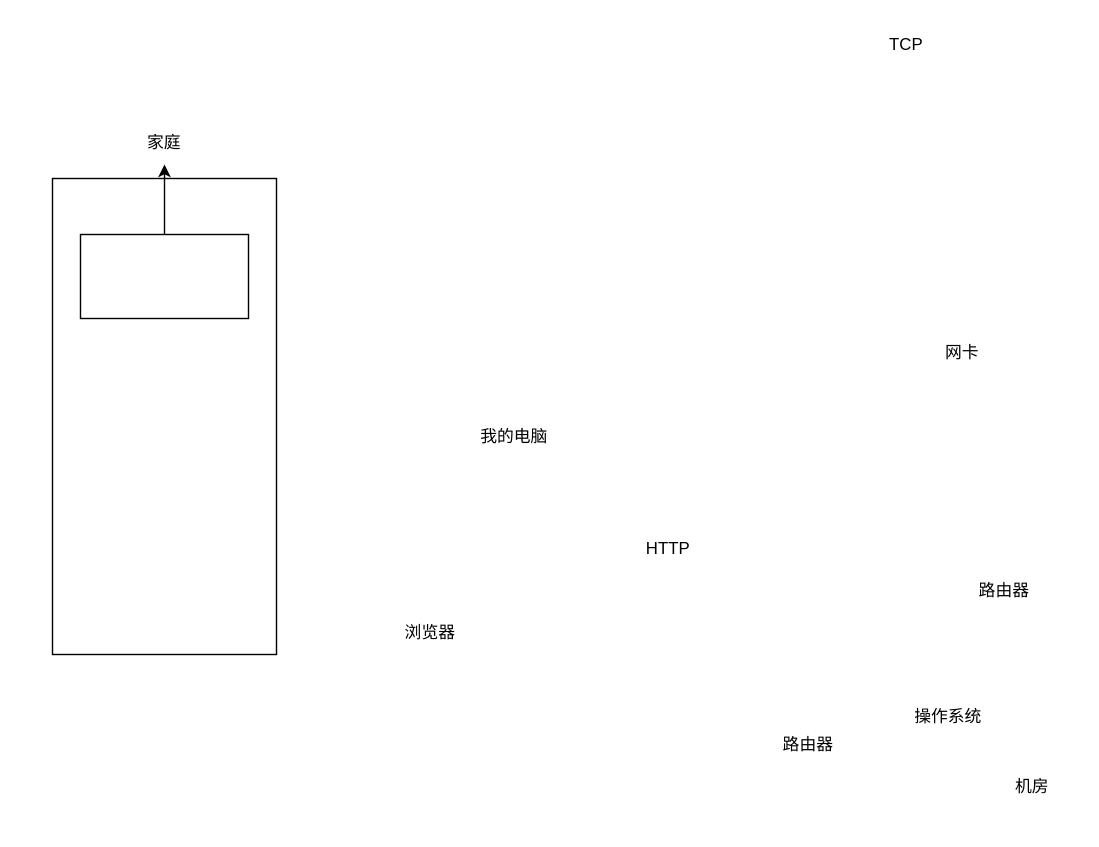
qinpegnsen/drawio_folder keeps this draw.io diagram as 浏览器输入地址发生了什么.drawio. Above is the earlier version. Source tidied: cells renumbered, new cells numbered last; positions are measured from the earlier drawing's top-left corner, leaving out a move shared by most shapes. Both pictures are drawn from the tidied source at 140%, with x=0, y=0 at pixel (52, 24).
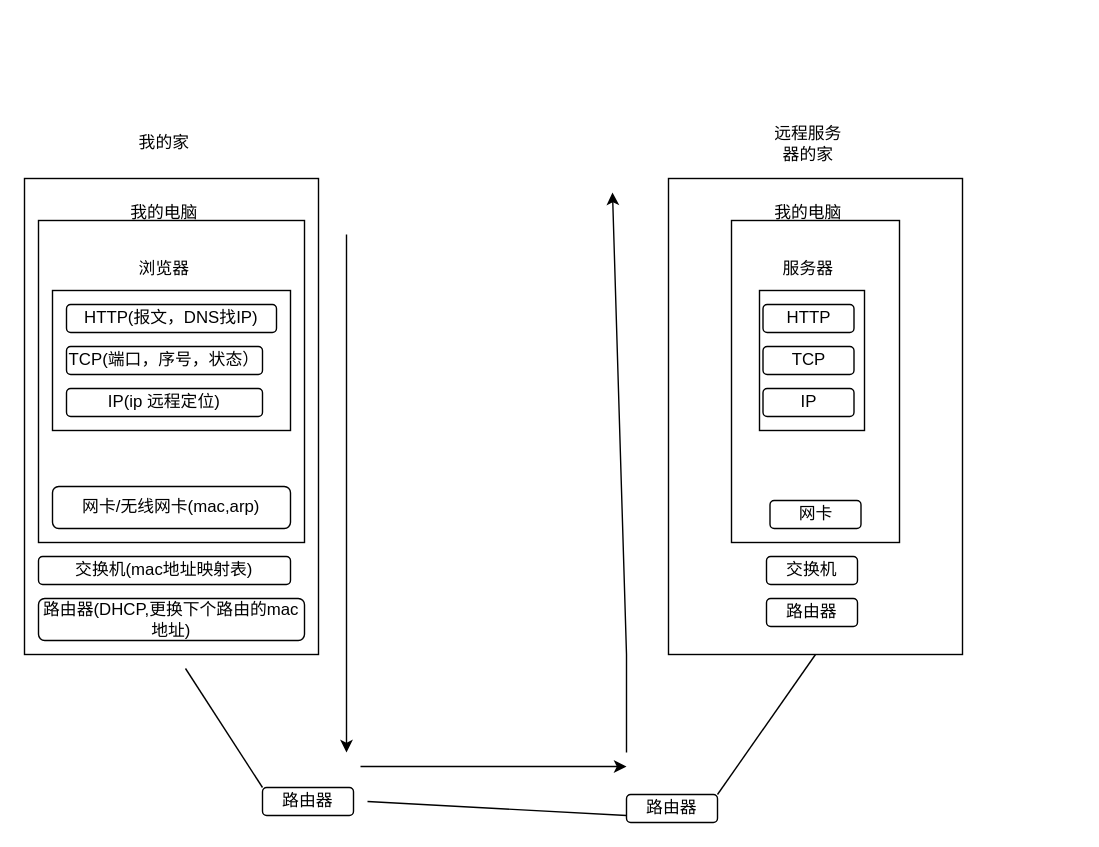
The same page after the edit.

Commit message (it also covers changes not shown here):
更新浏览器输入地址发生了什么.drawio

Diff of the diagram source:
```diff
@@
     <mxCell id="2" style="rounded=0;whiteSpace=wrap;html=1;" parent="1" vertex="1">
-      <mxGeometry y="110" width="160" height="340" as="geometry" />
+      <mxGeometry x="-20" y="110" width="210" height="340" as="geometry" />
     </mxCell>
-    <mxCell id="3" value="家庭" style="text;strokeColor=none;align=center;fillColor=none;html=1;verticalAlign=middle;whiteSpace=wrap;rounded=0;" parent="1" vertex="1">
+    <mxCell id="3" value="我的家" style="text;strokeColor=none;align=center;fillColor=none;html=1;verticalAlign=middle;whiteSpace=wrap;rounded=0;" parent="1" vertex="1">
       <mxGeometry x="50" y="70" width="60" height="30" as="geometry" />
     </mxCell>
-    <mxCell id="4" style="edgeStyle=orthogonalEdgeStyle;rounded=0;jettySize=auto;html=1;" parent="1" edge="1" source="5" target="3">
-      <mxGeometry relative="1" as="geometry" />
-    </mxCell>
     <mxCell id="5" style="rounded=0;whiteSpace=wrap;html=1;" parent="1" vertex="1">
-      <mxGeometry x="20" y="150" width="120" height="60" as="geometry" />
+      <mxGeometry x="-10" y="140" width="190" height="230" as="geometry" />
     </mxCell>
     <mxCell id="6" value="我的电脑&lt;br&gt;" style="text;strokeColor=none;align=center;fillColor=none;html=1;verticalAlign=middle;whiteSpace=wrap;rounded=0;" parent="1" vertex="1">
-      <mxGeometry x="300" y="280" width="60" height="30" as="geometry" />
+      <mxGeometry x="50" y="120" width="60" height="30" as="geometry" />
     </mxCell>
+    <mxCell id="8" value="浏览器" style="text;strokeColor=none;align=center;fillColor=none;html=1;verticalAlign=middle;whiteSpace=wrap;rounded=0;" parent="1" vertex="1">
+      <mxGeometry x="50" y="160" width="60" height="30" as="geometry" />
+    </mxCell>
+    <mxCell id="15" style="rounded=0;whiteSpace=wrap;html=1;" parent="1" vertex="1">
+      <mxGeometry y="190" width="170" height="100" as="geometry" />
+    </mxCell>
+    <mxCell id="16" value="HTTP(报文，DNS找IP)" style="rounded=1;whiteSpace=wrap;html=1;" parent="1" vertex="1">
+      <mxGeometry x="10" y="200" width="150" height="20" as="geometry" />
+    </mxCell>
+    <mxCell id="17" value="TCP(端口，序号，状态）" style="rounded=1;whiteSpace=wrap;html=1;" parent="1" vertex="1">
+      <mxGeometry x="10" y="230" width="140" height="20" as="geometry" />
+    </mxCell>
+    <mxCell id="18" value="IP(ip 远程定位)" style="rounded=1;whiteSpace=wrap;html=1;" parent="1" vertex="1">
+      <mxGeometry x="10" y="260" width="140" height="20" as="geometry" />
+    </mxCell>
+    <mxCell id="19" value="网卡/无线网卡(mac,arp)" style="rounded=1;whiteSpace=wrap;html=1;" parent="1" vertex="1">
+      <mxGeometry y="330" width="170" height="30" as="geometry" />
+    </mxCell>
+    <mxCell id="20" value="交换机(mac地址映射表)" style="rounded=1;whiteSpace=wrap;html=1;" parent="1" vertex="1">
+      <mxGeometry x="-10" y="380" width="180" height="20" as="geometry" />
+    </mxCell>
+    <mxCell id="21" value="路由器(DHCP,更换下个路由的mac地址)" style="rounded=1;whiteSpace=wrap;html=1;" parent="1" vertex="1">
+      <mxGeometry x="-10" y="410" width="190" height="30" as="geometry" />
+    </mxCell>
+    <mxCell id="22" value="路由器" style="rounded=1;whiteSpace=wrap;html=1;" parent="1" vertex="1">
+      <mxGeometry x="410" y="550" width="65" height="20" as="geometry" />
+    </mxCell>
+    <mxCell id="23" value="路由器" style="rounded=1;whiteSpace=wrap;html=1;" parent="1" vertex="1">
+      <mxGeometry x="150" y="545" width="65" height="20" as="geometry" />
+    </mxCell>
+    <mxCell id="24" style="rounded=0;whiteSpace=wrap;html=1;" parent="1" vertex="1">
+      <mxGeometry x="440" y="110" width="210" height="340" as="geometry" />
+    </mxCell>
+    <mxCell id="25" value="远程服务器的家" style="text;strokeColor=none;align=center;fillColor=none;html=1;verticalAlign=middle;whiteSpace=wrap;rounded=0;" parent="1" vertex="1">
+      <mxGeometry x="510" y="70" width="60" height="30" as="geometry" />
+    </mxCell>
+    <mxCell id="26" style="rounded=0;whiteSpace=wrap;html=1;" parent="1" vertex="1">
+      <mxGeometry x="485" y="140" width="120" height="230" as="geometry" />
+    </mxCell>
+    <mxCell id="27" value="我的电脑&lt;br&gt;" style="text;strokeColor=none;align=center;fillColor=none;html=1;verticalAlign=middle;whiteSpace=wrap;rounded=0;" parent="1" vertex="1">
+      <mxGeometry x="510" y="120" width="60" height="30" as="geometry" />
+    </mxCell>
+    <mxCell id="28" value="服务器" style="text;strokeColor=none;align=center;fillColor=none;html=1;verticalAlign=middle;whiteSpace=wrap;rounded=0;" parent="1" vertex="1">
+      <mxGeometry x="510" y="160" width="60" height="30" as="geometry" />
+    </mxCell>
+    <mxCell id="29" style="rounded=0;whiteSpace=wrap;html=1;" parent="1" vertex="1">
+      <mxGeometry x="505" y="190" width="75" height="100" as="geometry" />
+    </mxCell>
-    <mxCell id="7" value="HTTP&lt;br&gt;" style="text;strokeColor=none;align=center;fillColor=none;html=1;verticalAlign=middle;whiteSpace=wrap;rounded=0;" parent="1" vertex="1">
-      <mxGeometry x="410" y="360" width="60" height="30" as="geometry" />
+    <mxCell id="7" value="HTTP" style="rounded=1;whiteSpace=wrap;html=1;" parent="1" vertex="1">
+      <mxGeometry x="507.5" y="200" width="65" height="20" as="geometry" />
     </mxCell>
-    <mxCell id="8" value="浏览器" style="text;strokeColor=none;align=center;fillColor=none;html=1;verticalAlign=middle;whiteSpace=wrap;rounded=0;" parent="1" vertex="1">
-      <mxGeometry x="240" y="420" width="60" height="30" as="geometry" />
-    </mxCell>
+    <mxCell id="11" value="TCP" style="rounded=1;whiteSpace=wrap;html=1;" parent="1" vertex="1">
+      <mxGeometry x="507.5" y="230" width="65" height="20" as="geometry" />
+    </mxCell>
+    <mxCell id="30" value="IP" style="rounded=1;whiteSpace=wrap;html=1;" parent="1" vertex="1">
+      <mxGeometry x="507.5" y="260" width="65" height="20" as="geometry" />
+    </mxCell>
-    <mxCell id="9" value="网卡" style="text;strokeColor=none;align=center;fillColor=none;html=1;verticalAlign=middle;whiteSpace=wrap;rounded=0;" parent="1" vertex="1">
-      <mxGeometry x="620" y="220" width="60" height="30" as="geometry" />
+    <mxCell id="9" value="网卡" style="rounded=1;whiteSpace=wrap;html=1;" parent="1" vertex="1">
+      <mxGeometry x="512.5" y="340" width="65" height="20" as="geometry" />
     </mxCell>
-    <mxCell id="10" value="路由器" style="text;strokeColor=none;align=center;fillColor=none;html=1;verticalAlign=middle;whiteSpace=wrap;rounded=0;" parent="1" vertex="1">
-      <mxGeometry x="650" y="390" width="60" height="30" as="geometry" />
-    </mxCell>
-    <mxCell id="11" value="TCP" style="text;strokeColor=none;align=center;fillColor=none;html=1;verticalAlign=middle;whiteSpace=wrap;rounded=0;" parent="1" vertex="1">
-      <mxGeometry x="580" width="60" height="30" as="geometry" />
-    </mxCell>
-    <mxCell id="12" value="操作系统" style="text;strokeColor=none;align=center;fillColor=none;html=1;verticalAlign=middle;whiteSpace=wrap;rounded=0;" parent="1" vertex="1">
-      <mxGeometry x="610" y="480" width="60" height="30" as="geometry" />
-    </mxCell>
-    <mxCell id="13" value="路由器" style="text;strokeColor=none;align=center;fillColor=none;html=1;verticalAlign=middle;whiteSpace=wrap;rounded=0;" parent="1" vertex="1">
-      <mxGeometry x="510" y="500" width="60" height="30" as="geometry" />
-    </mxCell>
-    <mxCell id="14" value="机房" style="text;strokeColor=none;align=center;fillColor=none;html=1;verticalAlign=middle;whiteSpace=wrap;rounded=0;" parent="1" vertex="1">
-      <mxGeometry x="670" y="530" width="60" height="30" as="geometry" />
-    </mxCell>
+    <mxCell id="31" value="交换机" style="rounded=1;whiteSpace=wrap;html=1;" parent="1" vertex="1">
+      <mxGeometry x="510" y="380" width="65" height="20" as="geometry" />
+    </mxCell>
+    <mxCell id="32" value="路由器" style="rounded=1;whiteSpace=wrap;html=1;" parent="1" vertex="1">
+      <mxGeometry x="510" y="410" width="65" height="20" as="geometry" />
+    </mxCell>
+    <mxCell id="33" style="endArrow=classic;html=1;rounded=0;" parent="1" edge="1">
+      <mxGeometry relative="1" as="geometry">
+        <mxPoint x="210" y="150" as="sourcePoint" />
+        <mxPoint x="210" y="520" as="targetPoint" />
+      </mxGeometry>
+    </mxCell>
+    <mxCell id="34" style="endArrow=classic;html=1;rounded=0;" parent="1" edge="1">
+      <mxGeometry relative="1" as="geometry">
+        <mxPoint x="220" y="530" as="sourcePoint" />
+        <mxPoint x="410" y="530" as="targetPoint" />
+      </mxGeometry>
+    </mxCell>
+    <mxCell id="35" style="endArrow=classic;html=1;rounded=0;" parent="1" edge="1">
+      <mxGeometry relative="1" as="geometry">
+        <mxPoint x="410" y="520" as="sourcePoint" />
+        <mxPoint x="400" y="120" as="targetPoint" />
+        <Array as="points">
+          <mxPoint x="410" y="450" />
+        </Array>
+      </mxGeometry>
+    </mxCell>
+    <mxCell id="36" style="endArrow=none;html=1;rounded=0;exitX=0;exitY=0;exitDx=0;exitDy=0;" parent="1" edge="1" source="23">
+      <mxGeometry relative="1" as="geometry">
+        <mxPoint x="95" y="460" as="targetPoint" />
+      </mxGeometry>
+    </mxCell>
+    <mxCell id="37" style="endArrow=none;html=1;rounded=0;" parent="1" edge="1">
+      <mxGeometry relative="1" as="geometry">
+        <mxPoint x="410" y="565" as="sourcePoint" />
+        <mxPoint x="225" y="555" as="targetPoint" />
+      </mxGeometry>
+    </mxCell>
+    <mxCell id="38" style="endArrow=none;html=1;rounded=0;exitX=0.5;exitY=1;exitDx=0;exitDy=0;" parent="1" edge="1" source="24">
+      <mxGeometry relative="1" as="geometry">
+        <mxPoint x="475" y="550" as="targetPoint" />
+      </mxGeometry>
+    </mxCell>
```
